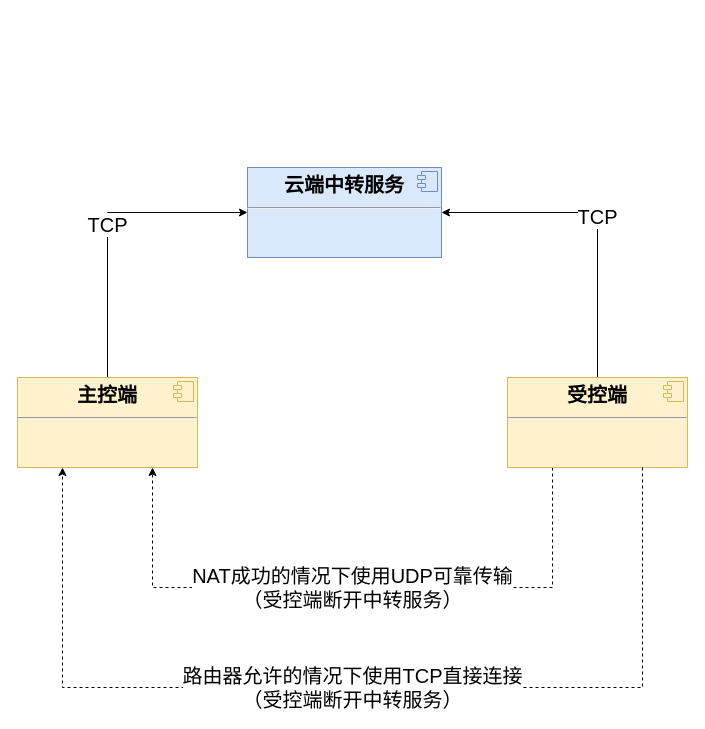
Above: adhoc.drawio in kwhitestone/drawio (draw.io), before the change. Source tidied: cells renumbered, new cells numbered last; positions are measured from the earlier drawing's top-left corner, leaving out a move shared by most shapes. Both pictures are drawn from the tidied source at 100%, with x=0, y=0 at pixel (17, 167).
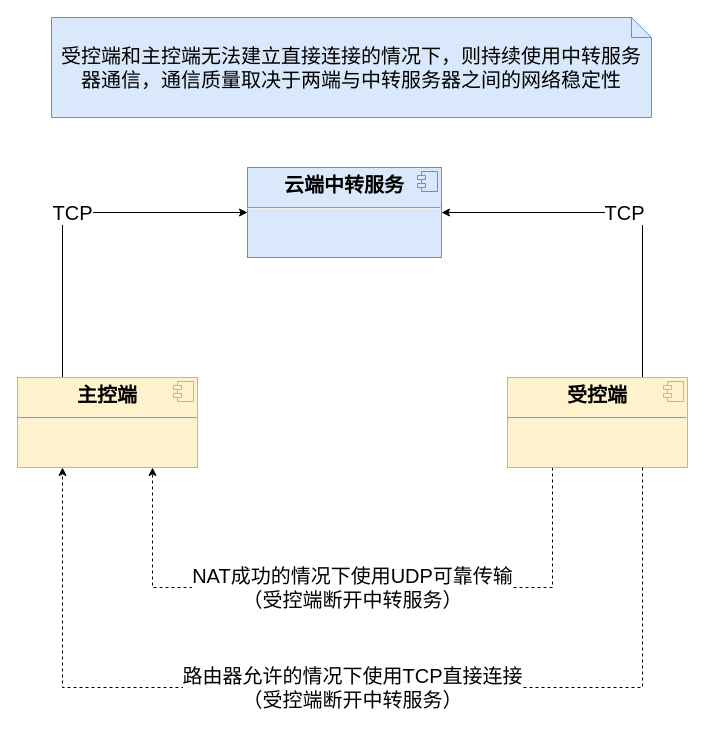
Above is the later version.

The edit, as a diff of the source:
```diff
@@
 <mxGraphModel>
   <root>
     <mxCell id="0" />
     <mxCell id="1" parent="0" />
-    <mxCell id="2" value="TCP" style="edgeStyle=orthogonalEdgeStyle;rounded=0;jettySize=auto;html=1;entryX=0;entryY=0.5;entryDx=0;entryDy=0;exitX=0.5;exitY=0;exitDx=0;exitDy=0;fontSize=20;" parent="1" edge="1" source="3" target="9">
-      <mxGeometry relative="1" as="geometry" />
+    <mxCell id="2" value="TCP" style="edgeStyle=orthogonalEdgeStyle;rounded=0;jettySize=auto;html=1;entryX=0;entryY=0.5;entryDx=0;entryDy=0;exitX=0.25;exitY=0;exitDx=0;exitDy=0;fontSize=20;" parent="1" edge="1" source="3" target="9">
+      <mxGeometry relative="1" as="geometry">
+        <Array as="points">
+          <mxPoint x="45" y="45" />
+        </Array>
+      </mxGeometry>
     </mxCell>
     <mxCell id="3" value="&lt;p style=&quot;margin: 6px 0px 0px; text-align: center; font-size: 20px;&quot;&gt;&lt;b style=&quot;font-size: 20px;&quot;&gt;主控端&lt;/b&gt;&lt;/p&gt;&lt;hr style=&quot;font-size: 20px;&quot;&gt;&lt;p style=&quot;margin: 0px 0px 0px 8px; font-size: 20px;&quot;&gt;&lt;br style=&quot;font-size: 20px;&quot;&gt;&lt;/p&gt;" style="align=left;overflow=fill;html=1;whiteSpace=wrap;fontSize=20;fillColor=#fff2cc;strokeColor=#d6b656;" parent="1" vertex="1">
       <mxGeometry y="210" width="180" height="90" as="geometry" />
     </mxCell>
     <mxCell id="4" style="shape=component;jettyWidth=8;jettyHeight=4;fontSize=20;fillColor=#fff2cc;strokeColor=#d6b656;" parent="3" vertex="1">
       <mxGeometry x="1" width="20" height="20" relative="1" as="geometry">
         <mxPoint x="-24" y="4" as="offset" />
       </mxGeometry>
     </mxCell>
-    <mxCell id="5" value="TCP" style="edgeStyle=orthogonalEdgeStyle;rounded=0;jettySize=auto;html=1;entryX=1;entryY=0.5;entryDx=0;entryDy=0;exitX=0.5;exitY=0;exitDx=0;exitDy=0;fontSize=20;" parent="1" edge="1" source="7" target="9">
+    <mxCell id="5" value="TCP" style="edgeStyle=orthogonalEdgeStyle;rounded=0;jettySize=auto;html=1;entryX=1;entryY=0.5;entryDx=0;entryDy=0;exitX=0.75;exitY=0;exitDx=0;exitDy=0;fontSize=20;" parent="1" edge="1" source="7" target="9">
       <mxGeometry relative="1" as="geometry" />
     </mxCell>
     <mxCell id="6" value="NAT成功的情况下使用UDP可靠传输&lt;br&gt;（受控端断开中转服务）" style="edgeStyle=orthogonalEdgeStyle;rounded=0;jettySize=auto;html=1;entryX=0.75;entryY=1;entryDx=0;entryDy=0;exitX=0.25;exitY=1;exitDx=0;exitDy=0;fontSize=20;dashed=1;" parent="1" edge="1" source="7" target="3">
       <mxGeometry relative="1" as="geometry">
         <Array as="points">
           <mxPoint x="535" y="420" />
           <mxPoint x="135" y="420" />
         </Array>
       </mxGeometry>
     </mxCell>
     <mxCell id="7" value="&lt;p style=&quot;margin: 6px 0px 0px; text-align: center; font-size: 20px;&quot;&gt;&lt;b style=&quot;font-size: 20px;&quot;&gt;受控端&lt;/b&gt;&lt;/p&gt;&lt;hr style=&quot;font-size: 20px;&quot;&gt;&lt;p style=&quot;margin: 0px 0px 0px 8px; font-size: 20px;&quot;&gt;&lt;br style=&quot;font-size: 20px;&quot;&gt;&lt;/p&gt;" style="align=left;overflow=fill;html=1;whiteSpace=wrap;fontSize=20;fillColor=#fff2cc;strokeColor=#d6b656;" parent="1" vertex="1">
       <mxGeometry x="490" y="210" width="180" height="90" as="geometry" />
     </mxCell>
     <mxCell id="8" style="shape=component;jettyWidth=8;jettyHeight=4;fontSize=20;fillColor=#fff2cc;strokeColor=#d6b656;" parent="7" vertex="1">
       <mxGeometry x="1" width="20" height="20" relative="1" as="geometry">
         <mxPoint x="-24" y="4" as="offset" />
       </mxGeometry>
     </mxCell>
     <mxCell id="9" value="&lt;p style=&quot;margin: 6px 0px 0px; text-align: center; font-size: 20px;&quot;&gt;&lt;b style=&quot;font-size: 20px;&quot;&gt;云端中转服务&lt;/b&gt;&lt;/p&gt;&lt;hr style=&quot;font-size: 20px;&quot;&gt;&lt;p style=&quot;margin: 0px 0px 0px 8px; font-size: 20px;&quot;&gt;&lt;br style=&quot;font-size: 20px;&quot;&gt;&lt;/p&gt;" style="align=left;overflow=fill;html=1;whiteSpace=wrap;fontSize=20;fillColor=#dae8fc;strokeColor=#6c8ebf;" parent="1" vertex="1">
       <mxGeometry x="230" width="194" height="90" as="geometry" />
     </mxCell>
     <mxCell id="10" style="shape=component;jettyWidth=8;jettyHeight=4;fontSize=20;fillColor=#dae8fc;strokeColor=#6c8ebf;" parent="9" vertex="1">
       <mxGeometry x="1" width="20" height="20" relative="1" as="geometry">
         <mxPoint x="-24" y="4" as="offset" />
       </mxGeometry>
     </mxCell>
     <mxCell id="11" value="路由器允许的情况下使用TCP直接连接&lt;br&gt;（受控端断开中转服务）" style="edgeStyle=orthogonalEdgeStyle;rounded=0;jettySize=auto;html=1;entryX=0.25;entryY=1;entryDx=0;entryDy=0;exitX=0.75;exitY=1;exitDx=0;exitDy=0;fontSize=20;dashed=1;" parent="1" edge="1" source="7" target="3">
       <mxGeometry relative="1" as="geometry">
         <Array as="points">
           <mxPoint x="625" y="520" />
           <mxPoint x="45" y="520" />
         </Array>
       </mxGeometry>
     </mxCell>
+    <mxCell id="12" value="受控端和主控端无法建立直接连接的情况下，则持续使用中转服务器通信，通信质量取决于两端与中转服务器之间的网络稳定性" style="shape=note;size=20;whiteSpace=wrap;html=1;fontSize=20;fillColor=#dae8fc;strokeColor=#6c8ebf;" parent="1" vertex="1">
+      <mxGeometry x="34" y="-150" width="600" height="100" as="geometry" />
+    </mxCell>
   </root>
 </mxGraphModel>
```
